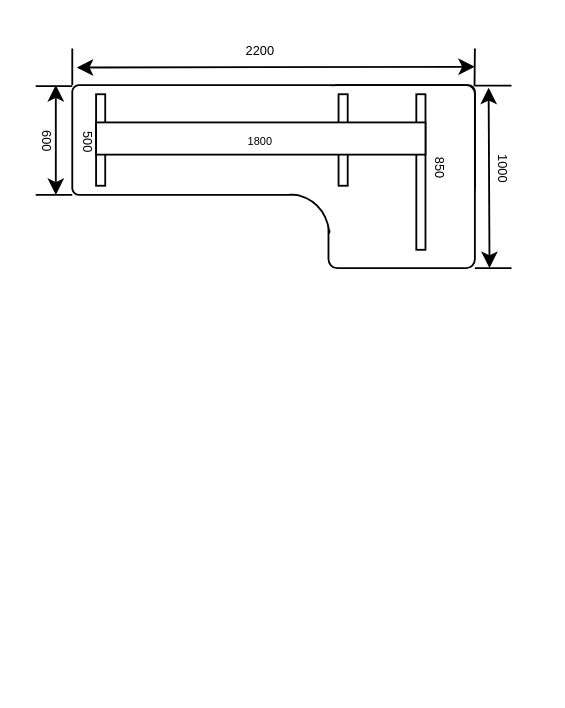
iswade/iswade keeps this draw.io diagram as page "第 16 页" (16 of 16) of design.drawio. Above is the earlier version. Source tidied: cells renumbered, new cells numbered last; positions are measured from the earlier drawing's top-left corner, leaving out a move shared by most shapes. Both pictures are drawn from the tidied source at 183%, with x=0, y=0 at pixel (31, 33).
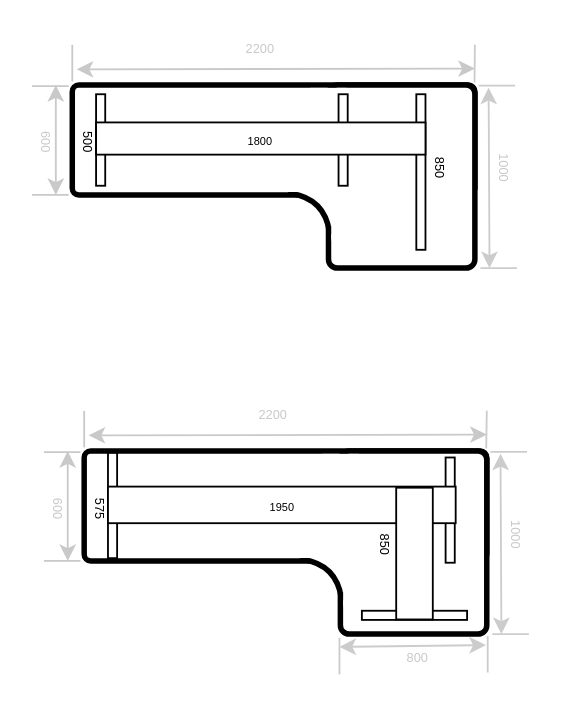
Above is the later version.

The edit, as a diff of the source:
```diff
@@
-    <mxCell id="2" style="rounded=1;whiteSpace=wrap;html=1;arcSize=6;" parent="1" vertex="1">
+    <mxCell id="2" style="rounded=1;whiteSpace=wrap;html=1;arcSize=6;strokeWidth=3;" parent="1" vertex="1">
       <mxGeometry x="22" y="28" width="220" height="60" as="geometry" />
     </mxCell>
-    <mxCell id="3" style="rounded=1;whiteSpace=wrap;html=1;arcSize=6;" parent="1" vertex="1">
+    <mxCell id="3" style="rounded=1;whiteSpace=wrap;html=1;arcSize=6;strokeWidth=3;" parent="1" vertex="1">
       <mxGeometry x="162" y="28" width="80" height="100" as="geometry" />
     </mxCell>
     <mxCell id="4" style="rounded=0;whiteSpace=wrap;html=1;strokeColor=none;" parent="1" vertex="1">
-      <mxGeometry x="152" y="28.6" width="20" height="58.8" as="geometry" />
+      <mxGeometry x="152" y="29.5" width="20" height="57.4" as="geometry" />
     </mxCell>
-    <mxCell id="5" style="shape=xor;whiteSpace=wrap;html=1;rotation=-45;" parent="1" vertex="1">
+    <mxCell id="5" style="shape=xor;whiteSpace=wrap;html=1;rotation=-45;strokeWidth=3;" parent="1" vertex="1">
       <mxGeometry x="148.7" y="75" width="22.3" height="30" as="geometry" />
     </mxCell>
     <mxCell id="6" style="rounded=1;whiteSpace=wrap;html=1;strokeColor=none;" parent="1" vertex="1">
-      <mxGeometry x="163" y="60" width="60" height="60" as="geometry" />
+      <mxGeometry x="163.5" y="60" width="61" height="60" as="geometry" />
     </mxCell>
     <mxCell id="7" style="rounded=1;whiteSpace=wrap;html=1;strokeColor=none;" parent="1" vertex="1">
-      <mxGeometry x="132" y="55.4" width="40" height="32" as="geometry" />
+      <mxGeometry x="131" y="53.9" width="40" height="32.5" as="geometry" />
     </mxCell>
@@
-    <mxCell id="14" style="endArrow=none;html=1;rounded=0;" parent="1" edge="1">
+    <mxCell id="14" style="endArrow=none;html=1;rounded=0;strokeColor=#C9C9C9;fontColor=#C9C9C9;" parent="1" edge="1">
       <mxGeometry relative="1" as="geometry">
-        <mxPoint x="22" y="28" as="sourcePoint" />
-        <mxPoint x="22" y="8" as="targetPoint" />
+        <mxPoint x="22" y="26" as="sourcePoint" />
+        <mxPoint x="22" y="6" as="targetPoint" />
       </mxGeometry>
     </mxCell>
-    <mxCell id="15" style="endArrow=none;html=1;rounded=0;" parent="1" edge="1">
+    <mxCell id="15" style="endArrow=none;html=1;rounded=0;strokeColor=#CCCCCC;" parent="1" edge="1">
       <mxGeometry relative="1" as="geometry">
-        <mxPoint x="241.8" y="28.6" as="sourcePoint" />
-        <mxPoint x="242" y="8" as="targetPoint" />
+        <mxPoint x="241.8" y="26.6" as="sourcePoint" />
+        <mxPoint x="242" y="6" as="targetPoint" />
       </mxGeometry>
     </mxCell>
-    <mxCell id="16" style="endArrow=classic;startArrow=classic;html=1;rounded=0;exitX=0.948;exitY=0.746;exitDx=0;exitDy=0;exitPerimeter=0;" parent="1" edge="1">
+    <mxCell id="16" style="endArrow=classic;startArrow=classic;html=1;rounded=0;exitX=0.948;exitY=0.746;exitDx=0;exitDy=0;exitPerimeter=0;strokeColor=#C9C9C9;fontColor=#C9C9C9;" parent="1" edge="1">
       <mxGeometry relative="1" as="geometry">
-        <mxPoint x="24.4" y="18.4" as="sourcePoint" />
-        <mxPoint x="242" y="18" as="targetPoint" />
+        <mxPoint x="24.4" y="19.4" as="sourcePoint" />
+        <mxPoint x="242" y="19" as="targetPoint" />
       </mxGeometry>
     </mxCell>
-    <mxCell id="17" value="&lt;font style=&quot;font-size: 7px;&quot;&gt;2200&lt;/font&gt;" style="text;html=1;align=center;verticalAlign=middle;whiteSpace=wrap;rounded=0;rotation=0;" parent="1" vertex="1">
-      <mxGeometry x="115" width="20" height="15" as="geometry" />
+    <mxCell id="17" value="&lt;font style=&quot;font-size: 7px;&quot;&gt;2200&lt;/font&gt;" style="text;html=1;align=center;verticalAlign=middle;whiteSpace=wrap;rounded=0;rotation=0;strokeColor=none;fontColor=#C9C9C9;" parent="1" vertex="1">
+      <mxGeometry x="115" y="-1" width="20" height="15" as="geometry" />
     </mxCell>
-    <mxCell id="18" style="endArrow=classic;startArrow=classic;html=1;rounded=0;" parent="1" edge="1">
+    <mxCell id="18" style="endArrow=classic;startArrow=classic;html=1;rounded=0;strokeColor=#C9C9C9;fontColor=#C9C9C9;" parent="1" edge="1">
       <mxGeometry relative="1" as="geometry">
         <mxPoint x="13" y="28" as="sourcePoint" />
         <mxPoint x="13" y="88" as="targetPoint" />
       </mxGeometry>
     </mxCell>
-    <mxCell id="19" style="endArrow=none;html=1;rounded=0;entryX=0;entryY=1;entryDx=0;entryDy=0;" parent="1" edge="1" target="2">
+    <mxCell id="19" style="endArrow=none;html=1;rounded=0;entryX=0;entryY=1;entryDx=0;entryDy=0;strokeColor=#C9C9C9;fontColor=#C9C9C9;" parent="1" edge="1">
       <mxGeometry relative="1" as="geometry">
-        <mxPoint x="2" y="88" as="sourcePoint" />
+        <mxPoint y="88" as="sourcePoint" />
+        <mxPoint x="20" y="88" as="targetPoint" />
       </mxGeometry>
     </mxCell>
-    <mxCell id="20" style="endArrow=none;html=1;rounded=0;entryX=0;entryY=1;entryDx=0;entryDy=0;" parent="1" edge="1">
+    <mxCell id="20" style="endArrow=none;html=1;rounded=0;entryX=0;entryY=1;entryDx=0;entryDy=0;strokeColor=#C9C9C9;fontColor=#C9C9C9;" parent="1" edge="1">
       <mxGeometry relative="1" as="geometry">
-        <mxPoint x="2" y="28.6" as="sourcePoint" />
-        <mxPoint x="22" y="28.6" as="targetPoint" />
+        <mxPoint y="28.6" as="sourcePoint" />
+        <mxPoint x="20" y="28.6" as="targetPoint" />
       </mxGeometry>
     </mxCell>
-    <mxCell id="21" value="&lt;font style=&quot;font-size: 7px;&quot;&gt;600&lt;/font&gt;" style="text;html=1;align=center;verticalAlign=middle;whiteSpace=wrap;rounded=0;rotation=90;" parent="1" vertex="1">
-      <mxGeometry y="51.4" width="20" height="15" as="geometry" />
+    <mxCell id="21" value="&lt;font style=&quot;font-size: 7px;&quot;&gt;600&lt;/font&gt;" style="text;html=1;align=center;verticalAlign=middle;whiteSpace=wrap;rounded=0;rotation=90;strokeColor=none;fontColor=#C9C9C9;" parent="1" vertex="1">
+      <mxGeometry x="-1" y="51.9" width="20" height="15" as="geometry" />
     </mxCell>
-    <mxCell id="22" style="endArrow=classic;startArrow=classic;html=1;rounded=0;" parent="1" edge="1">
+    <mxCell id="22" style="endArrow=classic;startArrow=classic;html=1;rounded=0;strokeColor=#CCCCCC;" parent="1" edge="1">
       <mxGeometry relative="1" as="geometry">
         <mxPoint x="249.5" y="29.4" as="sourcePoint" />
         <mxPoint x="250" y="128" as="targetPoint" />
       </mxGeometry>
     </mxCell>
-    <mxCell id="23" style="endArrow=none;html=1;rounded=0;entryX=0;entryY=1;entryDx=0;entryDy=0;" parent="1" edge="1">
+    <mxCell id="23" style="endArrow=none;html=1;rounded=0;entryX=0;entryY=1;entryDx=0;entryDy=0;strokeColor=#CCCCCC;" parent="1" edge="1">
       <mxGeometry relative="1" as="geometry">
-        <mxPoint x="242" y="128" as="sourcePoint" />
-        <mxPoint x="262" y="128" as="targetPoint" />
+        <mxPoint x="245" y="128" as="sourcePoint" />
+        <mxPoint x="265" y="128" as="targetPoint" />
       </mxGeometry>
     </mxCell>
-    <mxCell id="24" style="endArrow=none;html=1;rounded=0;entryX=0;entryY=1;entryDx=0;entryDy=0;" parent="1" edge="1">
+    <mxCell id="24" style="endArrow=none;html=1;rounded=0;entryX=0;entryY=1;entryDx=0;entryDy=0;strokeColor=#CCCCCC;" parent="1" edge="1">
       <mxGeometry relative="1" as="geometry">
-        <mxPoint x="242" y="28.3" as="sourcePoint" />
-        <mxPoint x="262" y="28.3" as="targetPoint" />
+        <mxPoint x="244" y="28.3" as="sourcePoint" />
+        <mxPoint x="264" y="28.3" as="targetPoint" />
       </mxGeometry>
     </mxCell>
-    <mxCell id="25" value="&lt;font style=&quot;font-size: 7px;&quot;&gt;1000&lt;/font&gt;" style="text;html=1;align=center;verticalAlign=middle;whiteSpace=wrap;rounded=0;rotation=90;" parent="1" vertex="1">
-      <mxGeometry x="249.5" y="66" width="20" height="15" as="geometry" />
+    <mxCell id="25" value="&lt;font style=&quot;font-size: 7px;&quot;&gt;1000&lt;/font&gt;" style="text;html=1;align=center;verticalAlign=middle;whiteSpace=wrap;rounded=0;rotation=90;strokeColor=none;fontColor=#C9C9C9;" parent="1" vertex="1">
+      <mxGeometry x="250" y="66" width="20" height="15" as="geometry" />
     </mxCell>
+    <mxCell id="26" style="shape=umlActor;verticalLabelPosition=bottom;verticalAlign=top;html=1;direction=west;" parent="1" vertex="1">
+      <mxGeometry x="148.7" y="166" width="2" as="geometry" />
+    </mxCell>
+    <mxCell id="27" style="rounded=1;whiteSpace=wrap;html=1;arcSize=6;strokeWidth=3;" parent="1" vertex="1">
+      <mxGeometry x="28.5" y="228" width="220" height="60" as="geometry" />
+    </mxCell>
+    <mxCell id="28" style="rounded=1;whiteSpace=wrap;html=1;arcSize=6;strokeWidth=3;" parent="1" vertex="1">
+      <mxGeometry x="168.5" y="228" width="80" height="100" as="geometry" />
+    </mxCell>
+    <mxCell id="29" style="rounded=0;whiteSpace=wrap;html=1;strokeColor=none;" parent="1" vertex="1">
+      <mxGeometry x="158.5" y="229.5" width="20" height="57.4" as="geometry" />
+    </mxCell>
+    <mxCell id="30" style="shape=xor;whiteSpace=wrap;html=1;rotation=-45;strokeWidth=3;" parent="1" vertex="1">
+      <mxGeometry x="155.2" y="275" width="22.3" height="30" as="geometry" />
+    </mxCell>
+    <mxCell id="31" style="rounded=1;whiteSpace=wrap;html=1;strokeColor=none;" parent="1" vertex="1">
+      <mxGeometry x="170" y="260" width="61" height="60" as="geometry" />
+    </mxCell>
+    <mxCell id="32" style="rounded=1;whiteSpace=wrap;html=1;strokeColor=none;" parent="1" vertex="1">
+      <mxGeometry x="137.5" y="253.9" width="40" height="32.5" as="geometry" />
+    </mxCell>
+    <mxCell id="33" style="rounded=0;whiteSpace=wrap;html=1;" parent="1" vertex="1">
+      <mxGeometry x="41.5" y="229" width="5" height="57.5" as="geometry" />
+    </mxCell>
+    <mxCell id="34" value="&lt;font style=&quot;font-size: 7px;&quot;&gt;575&lt;/font&gt;" style="text;html=1;align=center;verticalAlign=middle;whiteSpace=wrap;rounded=0;rotation=90;" parent="1" vertex="1">
+      <mxGeometry x="28.5" y="251.9" width="20" height="15" as="geometry" />
+    </mxCell>
+    <mxCell id="35" value="&lt;font style=&quot;font-size: 7px;&quot;&gt;850&lt;/font&gt;" style="text;html=1;align=center;verticalAlign=middle;whiteSpace=wrap;rounded=0;rotation=90;" parent="1" vertex="1">
+      <mxGeometry x="184" y="271.9" width="20" height="15" as="geometry" />
+    </mxCell>
+    <mxCell id="36" style="endArrow=none;html=1;rounded=0;strokeColor=#C9C9C9;fontColor=#C9C9C9;" parent="1" edge="1">
+      <mxGeometry relative="1" as="geometry">
+        <mxPoint x="28.5" y="226" as="sourcePoint" />
+        <mxPoint x="28.5" y="206" as="targetPoint" />
+      </mxGeometry>
+    </mxCell>
+    <mxCell id="37" style="endArrow=none;html=1;rounded=0;strokeColor=#CCCCCC;" parent="1" edge="1">
+      <mxGeometry relative="1" as="geometry">
+        <mxPoint x="248.2" y="226.6" as="sourcePoint" />
+        <mxPoint x="248.5" y="206" as="targetPoint" />
+      </mxGeometry>
+    </mxCell>
+    <mxCell id="38" style="endArrow=classic;startArrow=classic;html=1;rounded=0;exitX=0.948;exitY=0.746;exitDx=0;exitDy=0;exitPerimeter=0;strokeColor=#C9C9C9;fontColor=#C9C9C9;" parent="1" edge="1">
+      <mxGeometry relative="1" as="geometry">
+        <mxPoint x="30.9" y="219.4" as="sourcePoint" />
+        <mxPoint x="248.5" y="219" as="targetPoint" />
+      </mxGeometry>
+    </mxCell>
+    <mxCell id="39" value="&lt;font style=&quot;font-size: 7px;&quot;&gt;2200&lt;/font&gt;" style="text;html=1;align=center;verticalAlign=middle;whiteSpace=wrap;rounded=0;rotation=0;strokeColor=none;fontColor=#C9C9C9;" parent="1" vertex="1">
+      <mxGeometry x="121.5" y="199" width="20" height="15" as="geometry" />
+    </mxCell>
+    <mxCell id="40" style="endArrow=classic;startArrow=classic;html=1;rounded=0;strokeColor=#C9C9C9;fontColor=#C9C9C9;" parent="1" edge="1">
+      <mxGeometry relative="1" as="geometry">
+        <mxPoint x="19.5" y="228" as="sourcePoint" />
+        <mxPoint x="19.5" y="288" as="targetPoint" />
+      </mxGeometry>
+    </mxCell>
+    <mxCell id="41" style="endArrow=none;html=1;rounded=0;entryX=0;entryY=1;entryDx=0;entryDy=0;strokeColor=#C9C9C9;fontColor=#C9C9C9;" parent="1" edge="1">
+      <mxGeometry relative="1" as="geometry">
+        <mxPoint x="6.5" y="288" as="sourcePoint" />
+        <mxPoint x="26.5" y="288" as="targetPoint" />
+      </mxGeometry>
+    </mxCell>
+    <mxCell id="42" style="endArrow=none;html=1;rounded=0;entryX=0;entryY=1;entryDx=0;entryDy=0;strokeColor=#C9C9C9;fontColor=#C9C9C9;" parent="1" edge="1">
+      <mxGeometry relative="1" as="geometry">
+        <mxPoint x="6.5" y="228.6" as="sourcePoint" />
+        <mxPoint x="26.5" y="228.6" as="targetPoint" />
+      </mxGeometry>
+    </mxCell>
+    <mxCell id="43" value="&lt;font style=&quot;font-size: 7px;&quot;&gt;600&lt;/font&gt;" style="text;html=1;align=center;verticalAlign=middle;whiteSpace=wrap;rounded=0;rotation=90;strokeColor=none;fontColor=#C9C9C9;" parent="1" vertex="1">
+      <mxGeometry x="5.5" y="251.9" width="20" height="15" as="geometry" />
+    </mxCell>
+    <mxCell id="44" style="endArrow=classic;startArrow=classic;html=1;rounded=0;strokeColor=#CCCCCC;" parent="1" edge="1">
+      <mxGeometry relative="1" as="geometry">
+        <mxPoint x="256" y="229.4" as="sourcePoint" />
+        <mxPoint x="256.5" y="328" as="targetPoint" />
+      </mxGeometry>
+    </mxCell>
+    <mxCell id="45" style="endArrow=none;html=1;rounded=0;entryX=0;entryY=1;entryDx=0;entryDy=0;strokeColor=#CCCCCC;" parent="1" edge="1">
+      <mxGeometry relative="1" as="geometry">
+        <mxPoint x="251.5" y="328" as="sourcePoint" />
+        <mxPoint x="271.5" y="328" as="targetPoint" />
+      </mxGeometry>
+    </mxCell>
+    <mxCell id="46" style="endArrow=none;html=1;rounded=0;entryX=0;entryY=1;entryDx=0;entryDy=0;strokeColor=#CCCCCC;" parent="1" edge="1">
+      <mxGeometry relative="1" as="geometry">
+        <mxPoint x="250.5" y="228.4" as="sourcePoint" />
+        <mxPoint x="270.5" y="228.4" as="targetPoint" />
+      </mxGeometry>
+    </mxCell>
+    <mxCell id="47" value="&lt;font style=&quot;font-size: 7px;&quot;&gt;1000&lt;/font&gt;" style="text;html=1;align=center;verticalAlign=middle;whiteSpace=wrap;rounded=0;rotation=90;strokeColor=none;fontColor=#C9C9C9;" parent="1" vertex="1">
+      <mxGeometry x="256.5" y="266" width="20" height="15" as="geometry" />
+    </mxCell>
+    <mxCell id="48" style="rounded=0;whiteSpace=wrap;html=1;rotation=90;" parent="1" vertex="1">
+      <mxGeometry x="206.5" y="289" width="5" height="57.5" as="geometry" />
+    </mxCell>
+    <mxCell id="49" style="endArrow=classic;startArrow=classic;html=1;rounded=0;strokeColor=#CCCCCC;" parent="1" edge="1">
+      <mxGeometry relative="1" as="geometry">
+        <mxPoint x="248" y="334" as="sourcePoint" />
+        <mxPoint x="168" y="335" as="targetPoint" />
+      </mxGeometry>
+    </mxCell>
+    <mxCell id="50" style="endArrow=none;html=1;rounded=0;entryX=0;entryY=1;entryDx=0;entryDy=0;strokeColor=#CCCCCC;" parent="1" edge="1">
+      <mxGeometry relative="1" as="geometry">
+        <mxPoint x="168" y="330" as="sourcePoint" />
+        <mxPoint x="168" y="350" as="targetPoint" />
+      </mxGeometry>
+    </mxCell>
+    <mxCell id="51" style="endArrow=none;html=1;rounded=0;entryX=0;entryY=1;entryDx=0;entryDy=0;strokeColor=#CCCCCC;" parent="1" edge="1">
+      <mxGeometry relative="1" as="geometry">
+        <mxPoint x="249" y="329" as="sourcePoint" />
+        <mxPoint x="249" y="349" as="targetPoint" />
+      </mxGeometry>
+    </mxCell>
+    <mxCell id="52" value="&lt;font style=&quot;font-size: 7px;&quot;&gt;800&lt;/font&gt;" style="text;html=1;align=center;verticalAlign=middle;whiteSpace=wrap;rounded=0;rotation=0;strokeColor=none;fontColor=#C9C9C9;" parent="1" vertex="1">
+      <mxGeometry x="200.5" y="333" width="20" height="13" as="geometry" />
+    </mxCell>
+    <mxCell id="53" style="rounded=0;whiteSpace=wrap;html=1;rotation=-180;" parent="1" vertex="1">
+      <mxGeometry x="226" y="231.5" width="5" height="57.5" as="geometry" />
+    </mxCell>
+    <mxCell id="54" value="&lt;div&gt;&lt;span style=&quot;background-color: initial; font-size: 6px;&quot;&gt;1950&lt;/span&gt;&lt;/div&gt;" style="rounded=0;whiteSpace=wrap;html=1;" parent="1" vertex="1">
+      <mxGeometry x="41.5" y="247.4" width="190" height="20" as="geometry" />
+    </mxCell>
+    <mxCell id="55" style="rounded=0;whiteSpace=wrap;html=1;" parent="1" vertex="1">
+      <mxGeometry x="199" y="248" width="20" height="72" as="geometry" />
+    </mxCell>
```
